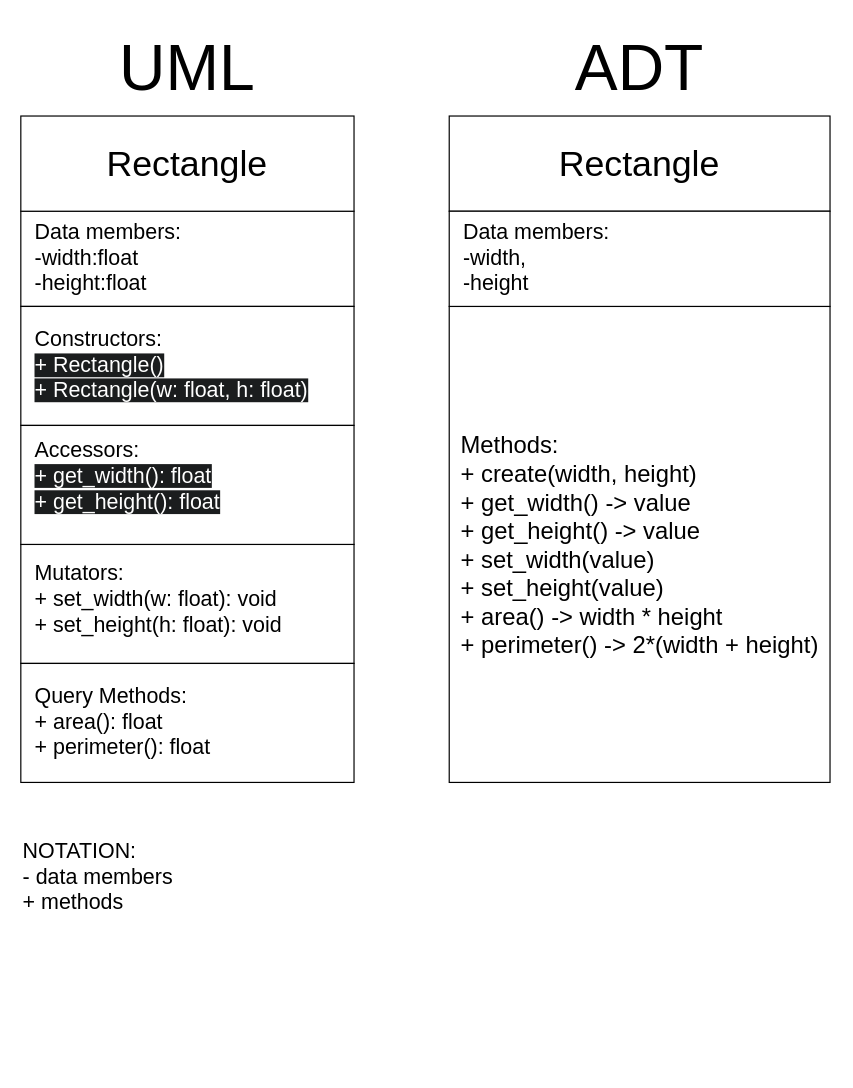
This is Task3/Rectangle_class.drawio from unknownDmitry/OOP1, a draw.io file, before an edit. Source tidied: cells renumbered, new cells numbered last; positions are measured from the earlier drawing's top-left corner, leaving out a move shared by most shapes. Both pictures are drawn from the tidied source at 119%, with x=0, y=0 at pixel (20, 20).
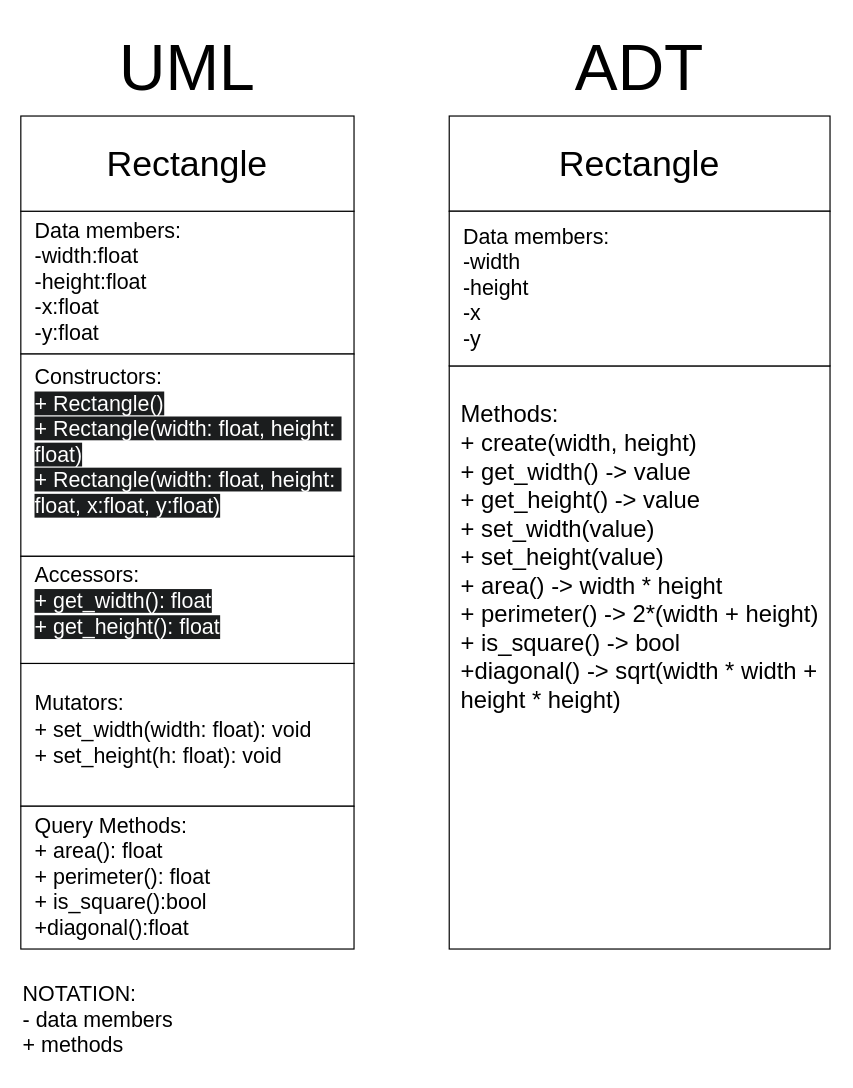
The same diagram, later.

What changed in the source:
```diff
@@
 <mxGraphModel>
   <root>
     <mxCell id="0" />
     <mxCell id="1" parent="0" />
-    <mxCell id="2" value="&lt;div&gt;Data members:&lt;/div&gt;-width:float&lt;div&gt;-height:float&lt;/div&gt;" style="rounded=0;whiteSpace=wrap;html=1;align=left;spacingLeft=10;fontSize=18;" parent="1" vertex="1">
-      <mxGeometry y="160" width="280" height="80" as="geometry" />
+    <mxCell id="2" value="&lt;div&gt;Data members:&lt;/div&gt;-width:float&lt;div&gt;-height:float&lt;/div&gt;&lt;div&gt;-x:float&lt;/div&gt;&lt;div&gt;-y:float&lt;/div&gt;" style="rounded=0;whiteSpace=wrap;html=1;align=left;spacingLeft=10;fontSize=18;" parent="1" vertex="1">
+      <mxGeometry y="160" width="280" height="120" as="geometry" />
     </mxCell>
     <mxCell id="3" value="Rectangle" style="rounded=0;whiteSpace=wrap;html=1;fontSize=30;fontStyle=0;" parent="1" vertex="1">
       <mxGeometry y="80" width="280" height="80" as="geometry" />
     </mxCell>
     <mxCell id="4" value="UML" style="text;html=1;whiteSpace=wrap;strokeColor=none;fillColor=none;align=center;verticalAlign=middle;rounded=0;strokeWidth=5;fontSize=54;" parent="1" vertex="1">
       <mxGeometry x="40" width="200" height="80" as="geometry" />
     </mxCell>
     <mxCell id="5" value="Rectangle" style="rounded=0;whiteSpace=wrap;html=1;fontSize=30;fontStyle=0;" parent="1" vertex="1">
       <mxGeometry x="360" y="80" width="320" height="80" as="geometry" />
     </mxCell>
     <mxCell id="6" value="ADT" style="text;html=1;whiteSpace=wrap;strokeColor=none;fillColor=none;align=center;verticalAlign=middle;rounded=0;strokeWidth=5;fontSize=54;" parent="1" vertex="1">
       <mxGeometry x="440" width="160" height="80" as="geometry" />
     </mxCell>
-    <mxCell id="7" value="&lt;br&gt;&lt;p dir=&quot;auto&quot; style=&quot;white-space: pre-wrap;&quot;&gt;Methods:&lt;br&gt;+ create(width, height)&lt;br&gt;+ get_width() -&amp;gt; value&lt;br&gt;+ get_height() -&amp;gt; value&lt;br&gt;+ set_width(value)&lt;br&gt;+ set_height(value)&lt;br&gt;+ area() -&amp;gt; width * height&lt;br&gt;+ perimeter() -&amp;gt; 2*(width + height)&lt;br&gt;&lt;/p&gt;&lt;div&gt;&lt;br&gt;&lt;/div&gt;" style="rounded=0;whiteSpace=wrap;html=1;align=left;spacingLeft=10;fontSize=20;spacingBottom=0;spacing=0;" parent="1" vertex="1">
-      <mxGeometry x="360" y="240" width="320" height="400" as="geometry" />
+    <mxCell id="7" value="&lt;div&gt;&lt;div&gt;&lt;br&gt;&lt;/div&gt;&lt;div&gt;Methods:&lt;/div&gt;&lt;div&gt;+ create(width, height)&lt;/div&gt;&lt;div&gt;+ get_width() -&amp;gt; value&lt;/div&gt;&lt;div&gt;+ get_height() -&amp;gt; value&lt;/div&gt;&lt;div&gt;+ set_width(value)&lt;/div&gt;&lt;div&gt;+ set_height(value)&lt;/div&gt;&lt;div&gt;+ area() -&amp;gt; width * height&lt;/div&gt;&lt;div&gt;+ perimeter() -&amp;gt; 2*(width + height)&lt;/div&gt;&lt;div&gt;+ is_square() -&amp;gt; bool&lt;/div&gt;&lt;div&gt;+diagonal() -&amp;gt; sqrt(width * width + height * height)&lt;/div&gt;&lt;/div&gt;" style="rounded=0;whiteSpace=wrap;html=1;align=left;spacingLeft=10;fontSize=20;spacingBottom=0;spacing=0;verticalAlign=top;" parent="1" vertex="1">
+      <mxGeometry x="360" y="290" width="320" height="490" as="geometry" />
     </mxCell>
-    <mxCell id="8" value="&lt;p dir=&quot;auto&quot; style=&quot;white-space: pre-wrap;&quot;&gt;&lt;br&gt;Mutators:&lt;br&gt;+ set_width(w: float): void&lt;br&gt;+ set_height(h: float): void&lt;br&gt;&lt;br&gt;&lt;/p&gt;&lt;div&gt;&lt;br&gt;&lt;/div&gt;" style="rounded=0;whiteSpace=wrap;html=1;align=left;spacingLeft=10;fontSize=18;spacingBottom=-14;" parent="1" vertex="1">
-      <mxGeometry y="440" width="280" height="100" as="geometry" />
+    <mxCell id="8" value="&lt;p dir=&quot;auto&quot; style=&quot;white-space: pre-wrap;&quot;&gt;&lt;br&gt;Mutators:&lt;br&gt;+ set_width(width: float): void&lt;br&gt;+ set_height(h: float): void&lt;br&gt;&lt;br&gt;&lt;/p&gt;&lt;div&gt;&lt;br&gt;&lt;/div&gt;" style="rounded=0;whiteSpace=wrap;html=1;align=left;spacingLeft=10;fontSize=18;spacingBottom=-14;" parent="1" vertex="1">
+      <mxGeometry y="540" width="280" height="120" as="geometry" />
     </mxCell>
-    <mxCell id="9" value="&lt;div&gt;Data members:&lt;/div&gt;-width,&lt;div&gt;-height&lt;/div&gt;" style="rounded=0;whiteSpace=wrap;html=1;align=left;spacingLeft=10;fontSize=18;" parent="1" vertex="1">
-      <mxGeometry x="360" y="160" width="320" height="80" as="geometry" />
+    <mxCell id="9" value="&lt;div&gt;Data members:&lt;/div&gt;-width&lt;div&gt;-height&lt;/div&gt;&lt;div&gt;-x&lt;/div&gt;&lt;div&gt;-y&lt;/div&gt;" style="rounded=0;whiteSpace=wrap;html=1;align=left;spacingLeft=10;fontSize=18;" parent="1" vertex="1">
+      <mxGeometry x="360" y="160" width="320" height="130" as="geometry" />
     </mxCell>
-    <mxCell id="10" value="&lt;br&gt;Constructors:&lt;br class=&quot;Apple-interchange-newline&quot;&gt;&lt;span style=&quot;color: rgb(255, 255, 255); font-family: Helvetica; font-style: normal; font-variant-ligatures: normal; font-variant-caps: normal; font-weight: 400; letter-spacing: normal; orphans: 2; text-indent: 0px; text-transform: none; widows: 2; word-spacing: 0px; -webkit-text-stroke-width: 0px; white-space: pre-wrap; background-color: rgb(27, 29, 30); text-decoration-thickness: initial; text-decoration-style: initial; text-decoration-color: initial; float: none; display: inline !important;&quot;&gt;+ Rectangle()&lt;/span&gt;&lt;br style=&quot;forced-color-adjust: none; color: rgb(255, 255, 255); font-family: Helvetica; font-style: normal; font-variant-ligatures: normal; font-variant-caps: normal; font-weight: 400; letter-spacing: normal; orphans: 2; text-indent: 0px; text-transform: none; widows: 2; word-spacing: 0px; -webkit-text-stroke-width: 0px; white-space: pre-wrap; background-color: rgb(27, 29, 30); text-decoration-thickness: initial; text-decoration-style: initial; text-decoration-color: initial; box-shadow: none !important;&quot;&gt;&lt;span style=&quot;color: rgb(255, 255, 255); font-family: Helvetica; font-style: normal; font-variant-ligatures: normal; font-variant-caps: normal; font-weight: 400; letter-spacing: normal; orphans: 2; text-indent: 0px; text-transform: none; widows: 2; word-spacing: 0px; -webkit-text-stroke-width: 0px; white-space: pre-wrap; background-color: rgb(27, 29, 30); text-decoration-thickness: initial; text-decoration-style: initial; text-decoration-color: initial; float: none; display: inline !important;&quot;&gt;+ Rectangle(w: float, h: float)&lt;/span&gt;&lt;div&gt;&lt;br/&gt;&lt;/div&gt;" style="rounded=0;whiteSpace=wrap;html=1;align=left;fontSize=18;spacingLeft=10;" parent="1" vertex="1">
-      <mxGeometry y="240" width="280" height="100" as="geometry" />
+    <mxCell id="10" value="&lt;br&gt;Constructors:&lt;br class=&quot;Apple-interchange-newline&quot;&gt;&lt;span style=&quot;color: rgb(255, 255, 255); font-family: Helvetica; font-style: normal; font-variant-ligatures: normal; font-variant-caps: normal; font-weight: 400; letter-spacing: normal; orphans: 2; text-indent: 0px; text-transform: none; widows: 2; word-spacing: 0px; -webkit-text-stroke-width: 0px; white-space: pre-wrap; background-color: rgb(27, 29, 30); text-decoration-thickness: initial; text-decoration-style: initial; text-decoration-color: initial; float: none; display: inline !important;&quot;&gt;+ Rectangle()&lt;/span&gt;&lt;br style=&quot;forced-color-adjust: none; color: rgb(255, 255, 255); font-family: Helvetica; font-style: normal; font-variant-ligatures: normal; font-variant-caps: normal; font-weight: 400; letter-spacing: normal; orphans: 2; text-indent: 0px; text-transform: none; widows: 2; word-spacing: 0px; -webkit-text-stroke-width: 0px; white-space: pre-wrap; background-color: rgb(27, 29, 30); text-decoration-thickness: initial; text-decoration-style: initial; text-decoration-color: initial; box-shadow: none !important;&quot;&gt;&lt;span style=&quot;color: rgb(255, 255, 255); font-family: Helvetica; font-style: normal; font-variant-ligatures: normal; font-variant-caps: normal; font-weight: 400; letter-spacing: normal; orphans: 2; text-indent: 0px; text-transform: none; widows: 2; word-spacing: 0px; -webkit-text-stroke-width: 0px; white-space: pre-wrap; background-color: rgb(27, 29, 30); text-decoration-thickness: initial; text-decoration-style: initial; text-decoration-color: initial; float: none; display: inline !important;&quot;&gt;+ Rectangle(width: float, height: float)&lt;/span&gt;&lt;div&gt;&lt;span style=&quot;white-space-collapse: preserve; float: none; display: inline !important; color: rgb(255, 255, 255); background-color: rgb(27, 29, 30);&quot;&gt;+ Rectangle(width: float, height: float, x:float, y:float)&lt;/span&gt;&lt;div&gt;&lt;br&gt;&lt;/div&gt;&lt;div&gt;&lt;br&gt;&lt;/div&gt;&lt;/div&gt;" style="rounded=0;whiteSpace=wrap;html=1;align=left;fontSize=18;spacingLeft=10;" parent="1" vertex="1">
+      <mxGeometry y="280" width="280" height="170" as="geometry" />
     </mxCell>
     <mxCell id="11" value="Accessors:&lt;br&gt;&lt;span style=&quot;color: rgb(255, 255, 255); font-family: Helvetica; font-style: normal; font-variant-ligatures: normal; font-variant-caps: normal; font-weight: 400; letter-spacing: normal; orphans: 2; text-indent: 0px; text-transform: none; widows: 2; word-spacing: 0px; -webkit-text-stroke-width: 0px; white-space: pre-wrap; background-color: rgb(27, 29, 30); text-decoration-thickness: initial; text-decoration-style: initial; text-decoration-color: initial; float: none; display: inline !important;&quot;&gt;+ get_width(): float&lt;/span&gt;&lt;br style=&quot;forced-color-adjust: none; color: rgb(255, 255, 255); font-family: Helvetica; font-style: normal; font-variant-ligatures: normal; font-variant-caps: normal; font-weight: 400; letter-spacing: normal; orphans: 2; text-indent: 0px; text-transform: none; widows: 2; word-spacing: 0px; -webkit-text-stroke-width: 0px; white-space: pre-wrap; background-color: rgb(27, 29, 30); text-decoration-thickness: initial; text-decoration-style: initial; text-decoration-color: initial; box-shadow: none !important;&quot;&gt;&lt;span style=&quot;color: rgb(255, 255, 255); font-family: Helvetica; font-style: normal; font-variant-ligatures: normal; font-variant-caps: normal; font-weight: 400; letter-spacing: normal; orphans: 2; text-indent: 0px; text-transform: none; widows: 2; word-spacing: 0px; -webkit-text-stroke-width: 0px; white-space: pre-wrap; background-color: rgb(27, 29, 30); text-decoration-thickness: initial; text-decoration-style: initial; text-decoration-color: initial; float: none; display: inline !important;&quot;&gt;+ get_height(): float&lt;/span&gt;&lt;div&gt;&lt;br&gt;&lt;/div&gt;" style="rounded=0;whiteSpace=wrap;html=1;align=left;fontSize=18;spacingLeft=10;spacingBottom=-8;" parent="1" vertex="1">
-      <mxGeometry y="340" width="280" height="100" as="geometry" />
+      <mxGeometry y="450" width="280" height="90" as="geometry" />
     </mxCell>
-    <mxCell id="12" value="Query Methods:&#10;+ area(): float&#10;+ perimeter(): float" style="rounded=0;whiteSpace=wrap;html=1;align=left;spacingLeft=10;fontSize=18;" parent="1" vertex="1">
-      <mxGeometry y="540" width="280" height="100" as="geometry" />
+    <mxCell id="12" value="Query Methods:&lt;br&gt;+ area(): float&lt;br&gt;+ perimeter(): float&lt;div&gt;+ is_square():bool&lt;/div&gt;&lt;div&gt;+diagonal():float&lt;/div&gt;" style="rounded=0;whiteSpace=wrap;html=1;align=left;spacingLeft=10;fontSize=18;" parent="1" vertex="1">
+      <mxGeometry y="660" width="280" height="120" as="geometry" />
     </mxCell>
     <mxCell id="13" value="&lt;div style=&quot;&quot;&gt;&lt;span style=&quot;background-color: transparent; color: light-dark(rgb(0, 0, 0), rgb(255, 255, 255));&quot;&gt;NOTATION:&lt;/span&gt;&lt;/div&gt;&lt;div&gt;- data members&lt;/div&gt;&lt;div&gt;+ methods&lt;/div&gt;" style="text;html=1;whiteSpace=wrap;strokeColor=none;fillColor=none;align=left;verticalAlign=middle;rounded=0;fontSize=18;" parent="1" vertex="1">
-      <mxGeometry y="680" width="180" height="80" as="geometry" />
+      <mxGeometry y="800" width="180" height="80" as="geometry" />
     </mxCell>
   </root>
 </mxGraphModel>
```
